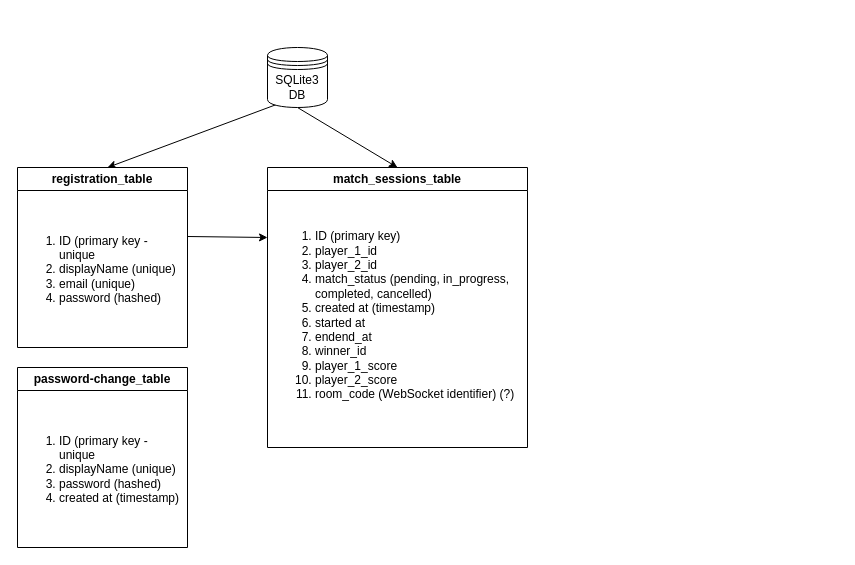
Before: diagrams/databases.drawio in FT-Transcendence-February-2025/microservices, a draw.io diagram. Source tidied: cells renumbered, new cells numbered last; positions are measured from the earlier drawing's top-left corner, leaving out a move shared by most shapes. Both pictures are drawn from the tidied source at 100%, with x=0, y=0 at pixel (17, 47).
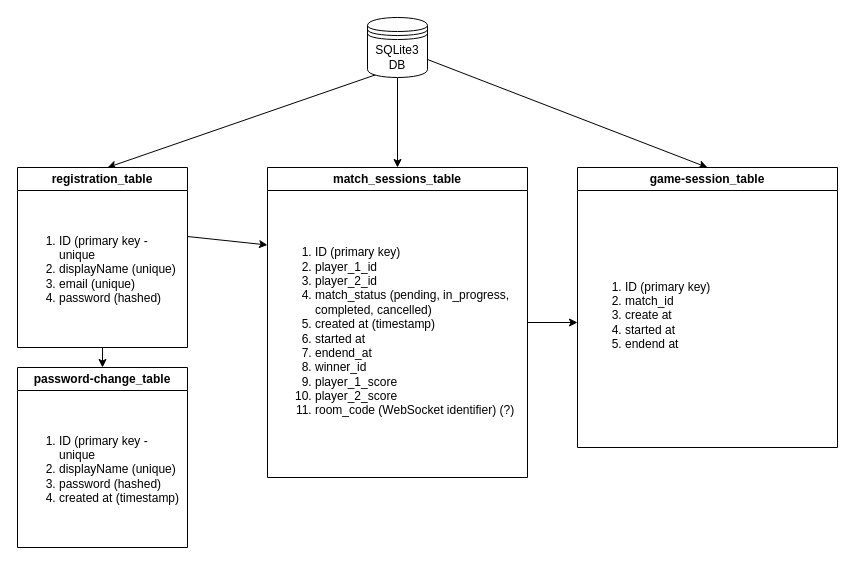
The same diagram, later.

Commit message:
Update: databases diagram

Unchanged cells that the change refers to:
```xml
<mxCell id="6" value="registration_table" style="swimlane;whiteSpace=wrap;html=1;" parent="5" vertex="1">
  <mxGeometry width="170" height="180" as="geometry" />
</mxCell>
<mxCell id="13" value="password-change_table" style="swimlane;whiteSpace=wrap;html=1;" parent="12" vertex="1">
  <mxGeometry width="170" height="180" as="geometry" />
</mxCell>
```

Diff of the diagram source:
```diff
@@
+    <mxCell id="15" style="edgeStyle=none;html=1;exitX=1;exitY=0.7;exitDx=0;exitDy=0;entryX=0.5;entryY=0;entryDx=0;entryDy=0;" parent="1" edge="1" source="4" target="19">
+      <mxGeometry relative="1" as="geometry" />
+    </mxCell>
     <mxCell id="4" value="SQLite3 DB" style="shape=datastore;whiteSpace=wrap;html=1;" parent="1" vertex="1">
-      <mxGeometry x="250" width="60" height="60" as="geometry" />
+      <mxGeometry x="350" y="-30" width="60" height="60" as="geometry" />
     </mxCell>
@@
     <mxCell id="8" style="group;" parent="1" vertex="1">
-      <mxGeometry x="250" y="120" width="260" height="280" as="geometry" />
+      <mxGeometry x="250" y="120" width="260" height="310" as="geometry" />
     </mxCell>
+    <mxCell id="16" style="edgeStyle=none;html=1;exitX=1;exitY=0.5;exitDx=0;exitDy=0;" parent="8" edge="1" source="9">
+      <mxGeometry relative="1" as="geometry">
+        <mxPoint x="310" y="155" as="targetPoint" />
+      </mxGeometry>
+    </mxCell>
     <mxCell id="9" value="match_sessions_table" style="swimlane;whiteSpace=wrap;html=1;" parent="8" vertex="1">
-      <mxGeometry width="260" height="280" as="geometry" />
+      <mxGeometry width="260" height="310" as="geometry" />
     </mxCell>
     <mxCell id="10" value="&lt;ol&gt;&lt;li&gt;ID (primary key)&lt;/li&gt;&lt;li&gt;player_1_id&lt;/li&gt;&lt;li&gt;player_2_id&lt;/li&gt;&lt;li&gt;match_status (pending, in_progress, completed, cancelled)&lt;/li&gt;&lt;li&gt;created at (timestamp)&lt;/li&gt;&lt;li&gt;started at&lt;/li&gt;&lt;li&gt;endend_at&lt;/li&gt;&lt;li&gt;winner_id&lt;/li&gt;&lt;li&gt;player_1_score&lt;/li&gt;&lt;li&gt;player_2_score&lt;/li&gt;&lt;li&gt;room_code (WebSocket identifier) (?)&lt;/li&gt;&lt;/ol&gt;" style="text;strokeColor=none;fillColor=none;html=1;whiteSpace=wrap;verticalAlign=middle;overflow=hidden;" parent="9" vertex="1">
-      <mxGeometry x="6.2" y="30" width="247.6" height="236.2" as="geometry" />
+      <mxGeometry x="6.2" y="33.2" width="247.6" height="261.5" as="geometry" />
     </mxCell>
@@
+    <mxCell id="17" style="edgeStyle=none;html=1;exitX=0.5;exitY=1;exitDx=0;exitDy=0;entryX=0.5;entryY=0;entryDx=0;entryDy=0;" parent="1" edge="1" source="6" target="13">
+      <mxGeometry relative="1" as="geometry" />
+    </mxCell>
+    <mxCell id="18" style="group;" parent="1" vertex="1">
+      <mxGeometry x="560" y="120" width="260" height="280" as="geometry" />
+    </mxCell>
+    <mxCell id="19" value="game-session_table" style="swimlane;whiteSpace=wrap;html=1;" parent="18" vertex="1">
+      <mxGeometry width="260" height="280" as="geometry" />
+    </mxCell>
+    <mxCell id="20" value="&lt;ol&gt;&lt;li&gt;ID (primary key)&lt;/li&gt;&lt;li&gt;match_id&lt;/li&gt;&lt;li&gt;create at&lt;/li&gt;&lt;li&gt;started at&lt;/li&gt;&lt;li&gt;endend at&lt;/li&gt;&lt;/ol&gt;" style="text;strokeColor=none;fillColor=none;html=1;whiteSpace=wrap;verticalAlign=middle;overflow=hidden;" parent="19" vertex="1">
+      <mxGeometry x="6.2" y="30" width="247.6" height="236.2" as="geometry" />
+    </mxCell>
```
